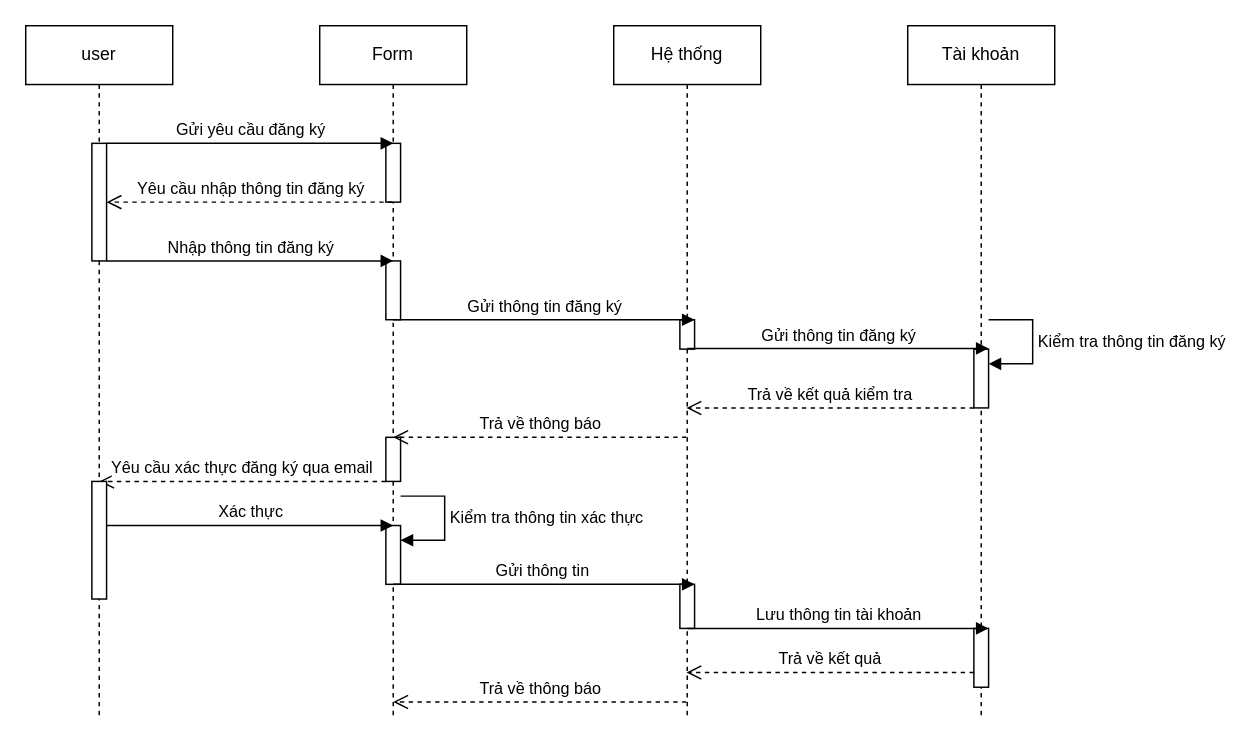
Above: SD/SD_DANGKY.drawio in hieuNV0871/da (draw.io), before the change. Source tidied: cells renumbered, new cells numbered last; positions are measured from the earlier drawing's top-left corner, leaving out a move shared by most shapes. Both pictures are drawn from the tidied source at 147%, with x=0, y=0 at pixel (25, 25).
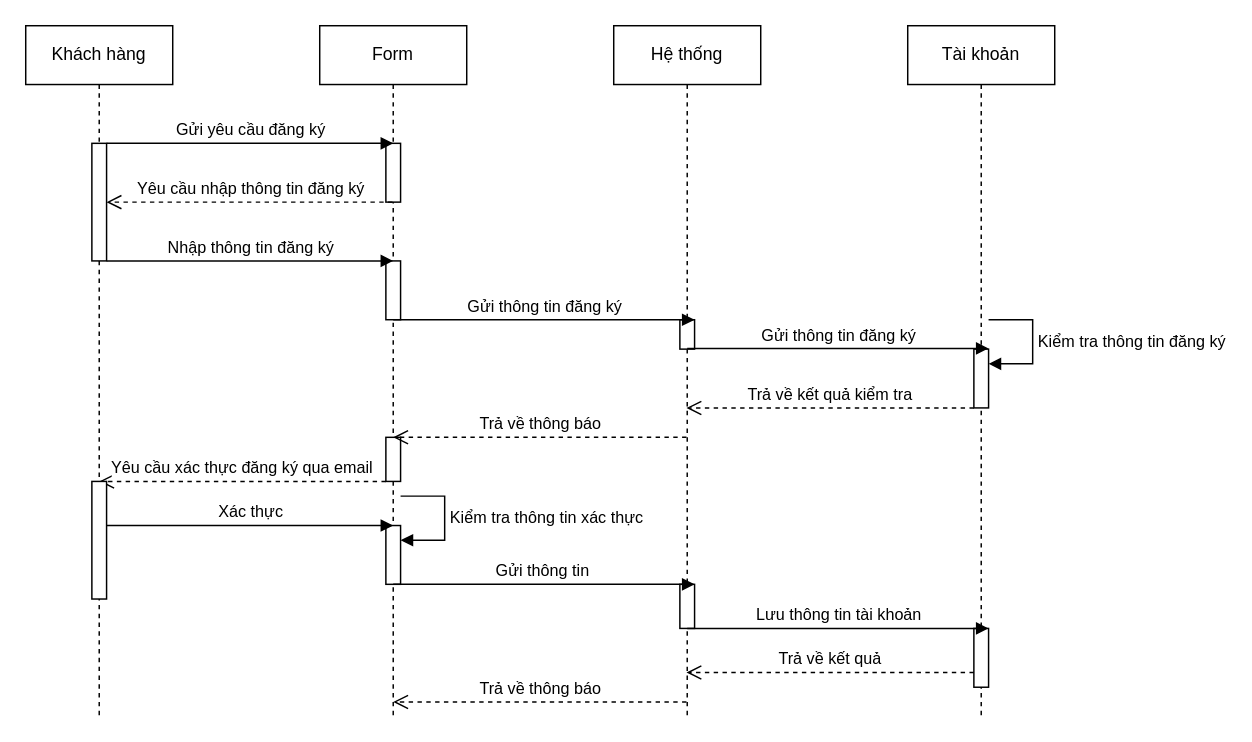
The same page after the edit.

What changed in the source:
```diff
@@
-    <mxCell id="2" value="user" style="shape=umlLifeline;perimeter=lifelinePerimeter;whiteSpace=wrap;html=1;newEdgeStyle={&quot;curved&quot;:0,&quot;rounded&quot;:0};" parent="1" vertex="1">
+    <mxCell id="2" value="Khách hàng" style="shape=umlLifeline;perimeter=lifelinePerimeter;whiteSpace=wrap;html=1;newEdgeStyle={&quot;curved&quot;:0,&quot;rounded&quot;:0};" parent="1" vertex="1">
       <mxGeometry width="100" height="470" as="geometry" />
     </mxCell>
```
